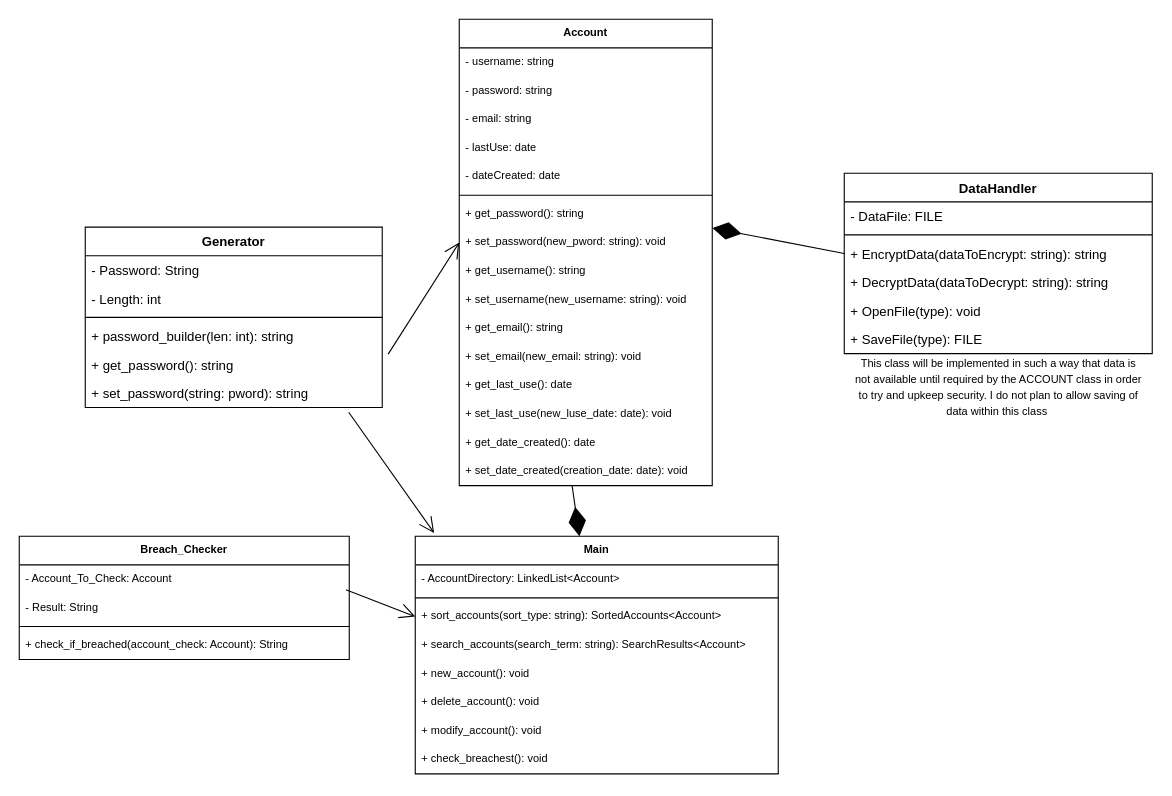
This is Project Design Brief/ClassDiagramPassword.drawio from kc101010/COMP09044_CW_PasswordManagerProject, a draw.io file, before an edit. Source tidied: cells renumbered, new cells numbered last; positions are measured from the earlier drawing's top-left corner, leaving out a move shared by most shapes. Both pictures are drawn from the tidied source at 110%, with x=0, y=0 at pixel (19, 19).
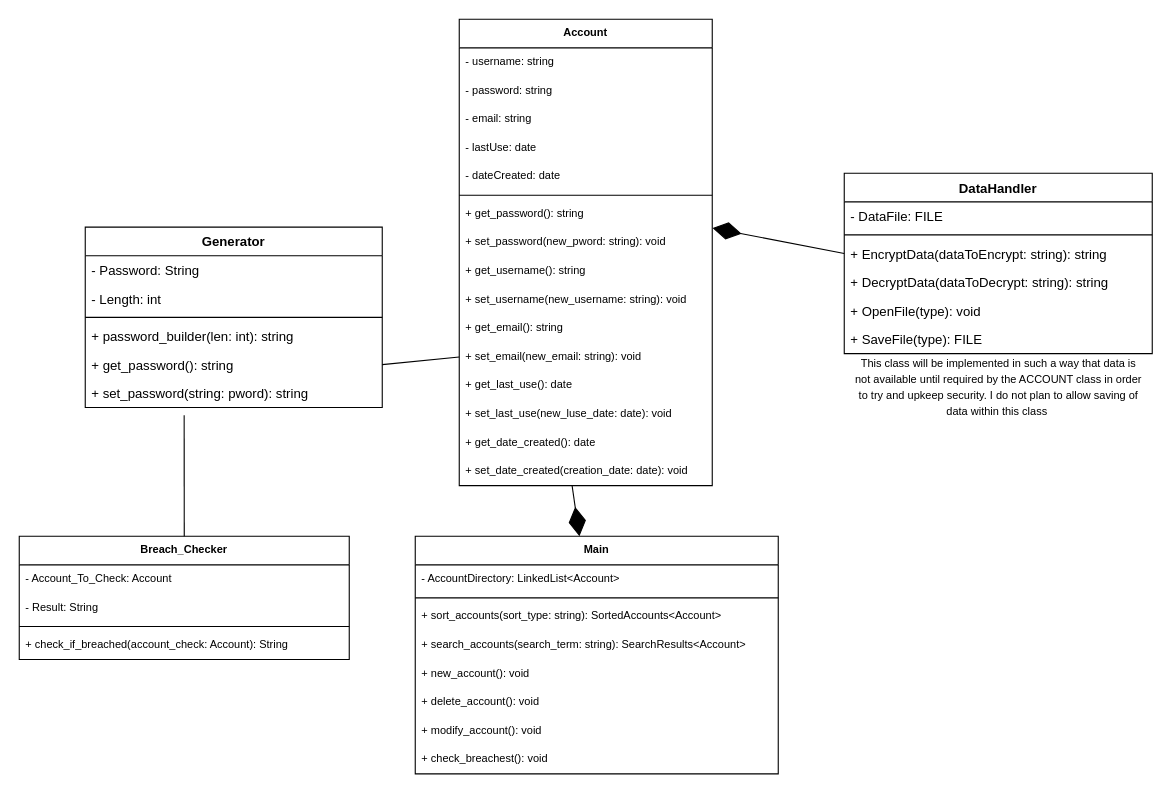
After the change.

The change refers to these unchanged cells:
```xml
<mxCell id="8" value="+ get_password(): string" style="text;strokeColor=none;fillColor=none;align=left;verticalAlign=top;spacingLeft=4;spacingRight=4;overflow=hidden;points=[[0,0.5],[1,0.5]];portConstraint=eastwest;" parent="3" vertex="1">
  <mxGeometry y="112" width="270" height="26" as="geometry" />
</mxCell>
<mxCell id="9" value="+ set_password(string: pword): string" style="text;strokeColor=none;fillColor=none;align=left;verticalAlign=top;spacingLeft=4;spacingRight=4;overflow=hidden;points=[[0,0.5],[1,0.5]];portConstraint=eastwest;" parent="3" vertex="1">
  <mxGeometry y="138" width="270" height="26" as="geometry" />
</mxCell>
<mxCell id="27" value="+ set_password(new_pword: string): void" style="text;strokeColor=none;fillColor=none;align=left;verticalAlign=top;spacingLeft=4;spacingRight=4;overflow=hidden;points=[[0,0.5],[1,0.5]];portConstraint=eastwest;fontSize=10;" parent="19" vertex="1">
  <mxGeometry y="190" width="230" height="26" as="geometry" />
</mxCell>
<mxCell id="31" value="+ set_email(new_email: string): void" style="text;strokeColor=none;fillColor=none;align=left;verticalAlign=top;spacingLeft=4;spacingRight=4;overflow=hidden;points=[[0,0.5],[1,0.5]];portConstraint=eastwest;fontSize=10;" parent="19" vertex="1">
  <mxGeometry y="294" width="230" height="26" as="geometry" />
</mxCell>
<mxCell id="36" value="Main" style="swimlane;fontStyle=1;align=center;verticalAlign=top;horizontal=1;startSize=26;fontSize=10;" parent="1" vertex="1">
  <mxGeometry x="360" y="470" width="330" height="216" as="geometry" />
</mxCell>
<mxCell id="39" value="+ sort_accounts(sort_type: string): SortedAccounts&lt;Account&gt;" style="text;strokeColor=none;fillColor=none;align=left;verticalAlign=top;spacingLeft=4;spacingRight=4;overflow=hidden;points=[[0,0.5],[1,0.5]];portConstraint=eastwest;fontSize=10;" parent="36" vertex="1">
  <mxGeometry y="60" width="330" height="26" as="geometry" />
</mxCell>
<mxCell id="45" value="Breach_Checker" style="swimlane;fontStyle=1;align=center;verticalAlign=top;horizontal=1;startSize=26;fontSize=10;" parent="1" vertex="1">
  <mxGeometry y="470" width="300" height="112" as="geometry" />
</mxCell>
<mxCell id="47" value="- Result: String" style="text;strokeColor=none;fillColor=none;align=left;verticalAlign=top;spacingLeft=4;spacingRight=4;overflow=hidden;points=[[0,0.5],[1,0.5]];portConstraint=eastwest;fontSize=10;" parent="45" vertex="1">
  <mxGeometry y="52" width="300" height="26" as="geometry" />
</mxCell>
```

Change to the diagram source:
```diff
@@
-    <mxCell id="51" style="endArrow=open;endFill=1;endSize=12;html=1;rounded=0;fontSize=10;exitX=0.887;exitY=1.165;exitDx=0;exitDy=0;exitPerimeter=0;entryX=0.052;entryY=-0.014;entryDx=0;entryDy=0;entryPerimeter=0;" parent="1" edge="1" source="9" target="36">
-      <mxGeometry relative="1" as="geometry" />
-    </mxCell>
-    <mxCell id="52" style="endArrow=open;endFill=1;endSize=12;html=1;rounded=0;fontSize=10;exitX=1.02;exitY=0.132;exitDx=0;exitDy=0;exitPerimeter=0;entryX=0;entryY=0.5;entryDx=0;entryDy=0;" parent="1" edge="1" source="8" target="27">
-      <mxGeometry relative="1" as="geometry" />
-    </mxCell>
-    <mxCell id="53" style="endArrow=open;endFill=1;endSize=12;html=1;rounded=0;fontSize=10;exitX=0.99;exitY=-0.126;exitDx=0;exitDy=0;exitPerimeter=0;entryX=0;entryY=0.5;entryDx=0;entryDy=0;" parent="1" edge="1" source="47" target="39">
-      <mxGeometry relative="1" as="geometry" />
-    </mxCell>
@@
+    <mxCell id="55" style="endArrow=none;html=1;rounded=0;exitX=1;exitY=0.5;exitDx=0;exitDy=0;entryX=0;entryY=0.5;entryDx=0;entryDy=0;" parent="1" edge="1" source="8" target="31">
+      <mxGeometry relative="1" as="geometry" />
+    </mxCell>
+    <mxCell id="56" style="endArrow=none;html=1;rounded=0;entryX=0.333;entryY=1.269;entryDx=0;entryDy=0;entryPerimeter=0;exitX=0.5;exitY=0;exitDx=0;exitDy=0;" parent="1" edge="1" source="45" target="9">
+      <mxGeometry relative="1" as="geometry" />
+    </mxCell>
```
